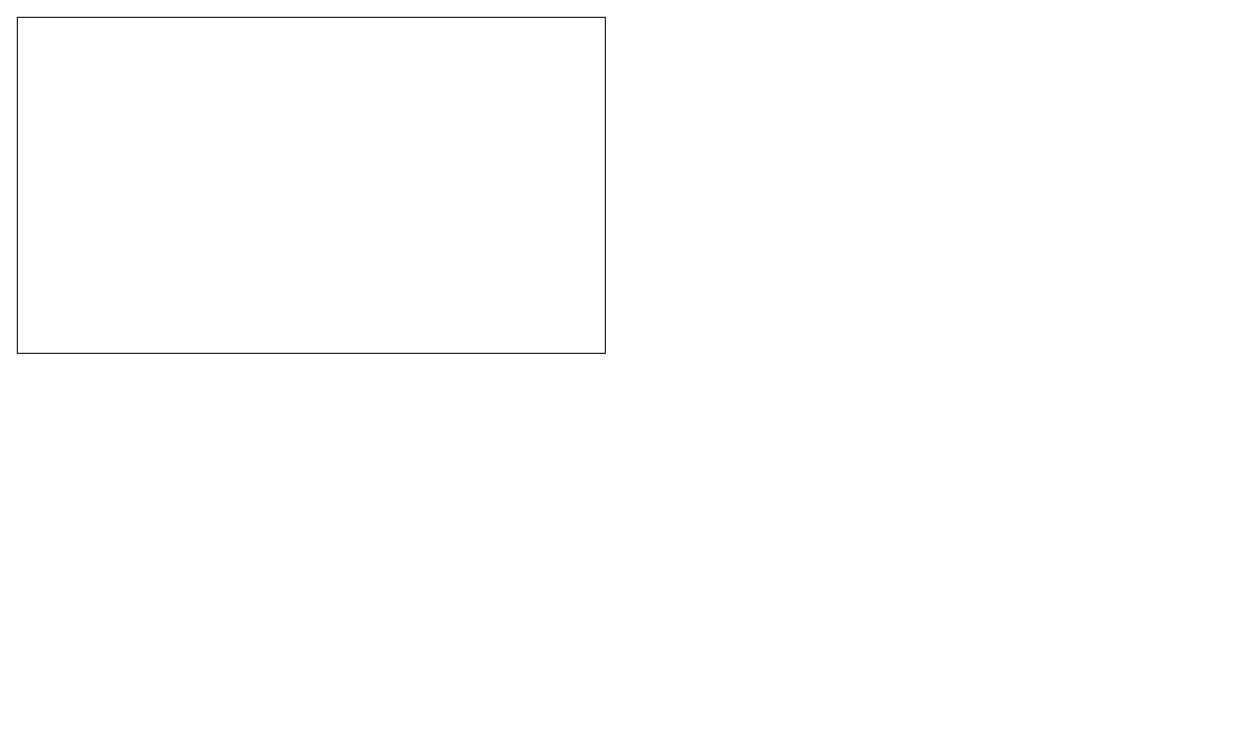
victorDigital/DDU2 keeps this draw.io diagram as Untitled Diagram.drawio. Above is the earlier version. Source tidied: cells renumbered, new cells numbered last; positions are measured from the earlier drawing's top-left corner, leaving out a move shared by most shapes. Both pictures are drawn from the tidied source at 105%, with x=0, y=0 at pixel (17, 17).
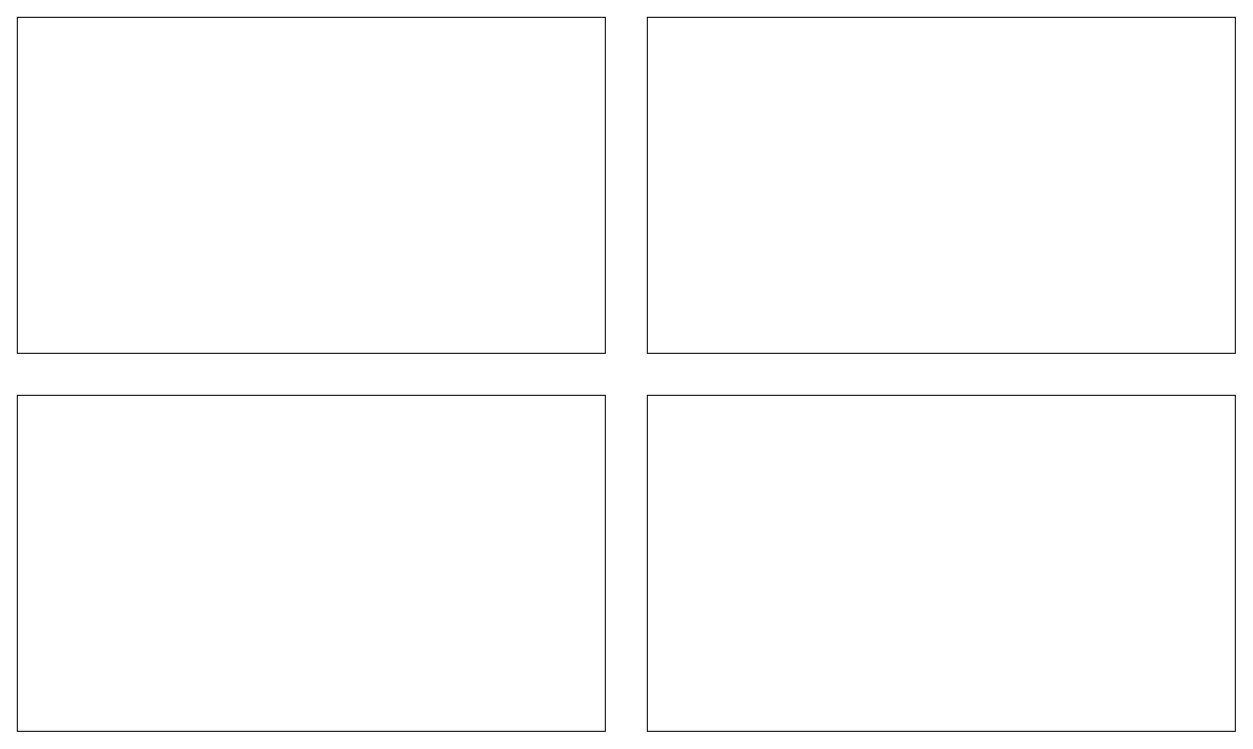
The same page after the edit.

Change to the diagram source:
```diff
@@
 <mxGraphModel>
   <root>
     <mxCell id="0" />
     <mxCell id="1" parent="0" />
     <mxCell id="2" style="rounded=0;whiteSpace=wrap;html=1;" parent="1" vertex="1">
       <mxGeometry width="560" height="320" as="geometry" />
     </mxCell>
+    <mxCell id="3" style="rounded=0;whiteSpace=wrap;html=1;" parent="1" vertex="1">
+      <mxGeometry x="600" width="560" height="320" as="geometry" />
+    </mxCell>
+    <mxCell id="4" style="rounded=0;whiteSpace=wrap;html=1;" parent="1" vertex="1">
+      <mxGeometry y="360" width="560" height="320" as="geometry" />
+    </mxCell>
+    <mxCell id="5" style="rounded=0;whiteSpace=wrap;html=1;" parent="1" vertex="1">
+      <mxGeometry x="600" y="360" width="560" height="320" as="geometry" />
+    </mxCell>
   </root>
 </mxGraphModel>
```
